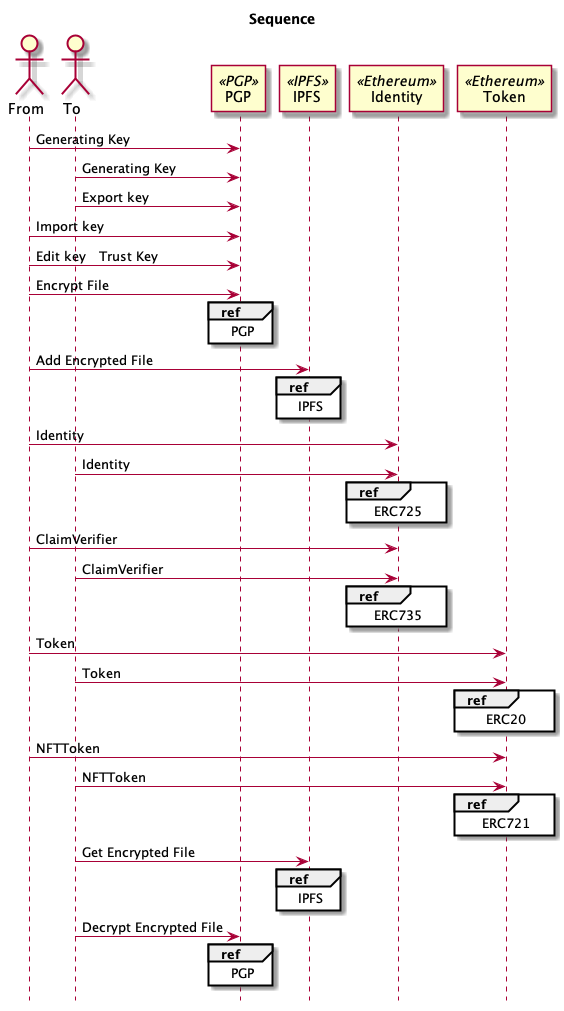
0xywzx/truffle_tutorial keeps this PlantUML diagram as docs/sequence.png. Above is the earlier version.
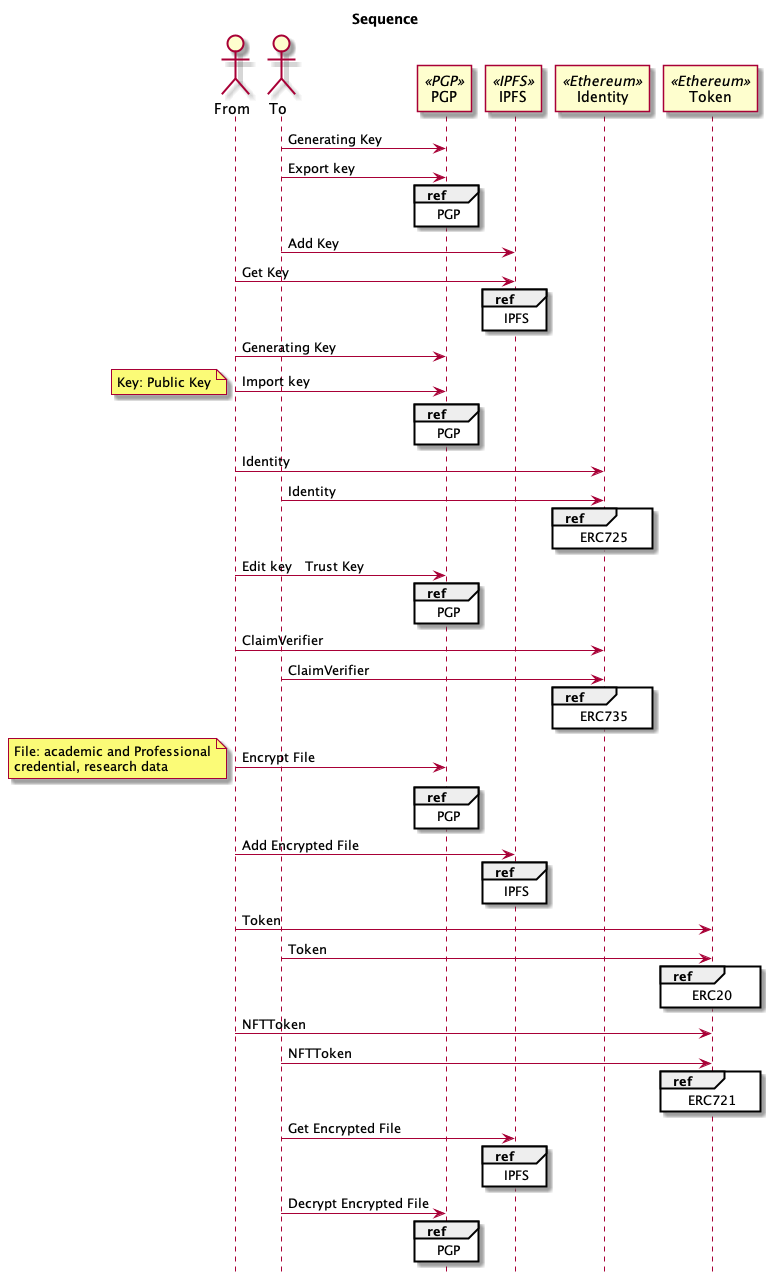
The same file after the commit.

Commit message:
enhancement #3 Update docs for software design science

The edit, as a diff of the source:
```diff
@@ -9,21 +9,37 @@
 participant "Identity" as Identity <<Ethereum>>
 participant "Token" as Token <<Ethereum>>
 
-From -> PGP : Generating Key
 To  -> PGP : Generating Key
 To  -> PGP : Export key
+ref over PGP : PGP
+To -> IPFS : Add Key
+From -> IPFS : Get Key
+ref over IPFS : IPFS
+From -> PGP : Generating Key
 From -> PGP : Import key
+ref over PGP : PGP
+note left
+Key: Public Key
+end note
+
+From -> Identity : Identity
+To -> Identity : Identity
+ref over Identity : ERC725
+
 From -> PGP : Edit key?Trust Key
+ref over PGP : PGP
+From -> Identity : ClaimVerifier
+To -> Identity : ClaimVerifier
+ref over Identity : ERC735
+
 From -> PGP : Encrypt File
+note left
+File: academic and Professional
+credential, research data
+end note
 ref over PGP : PGP
 From -> IPFS : Add Encrypted File
 ref over IPFS : IPFS
-From -> Identity : Identity
-To -> Identity : Identity
-ref over Identity : ERC725
-From -> Identity : ClaimVerifier
-To -> Identity : ClaimVerifier
-ref over Identity : ERC735
 From -> Token : Token
 To -> Token : Token
 ref over Token : ERC20
```
